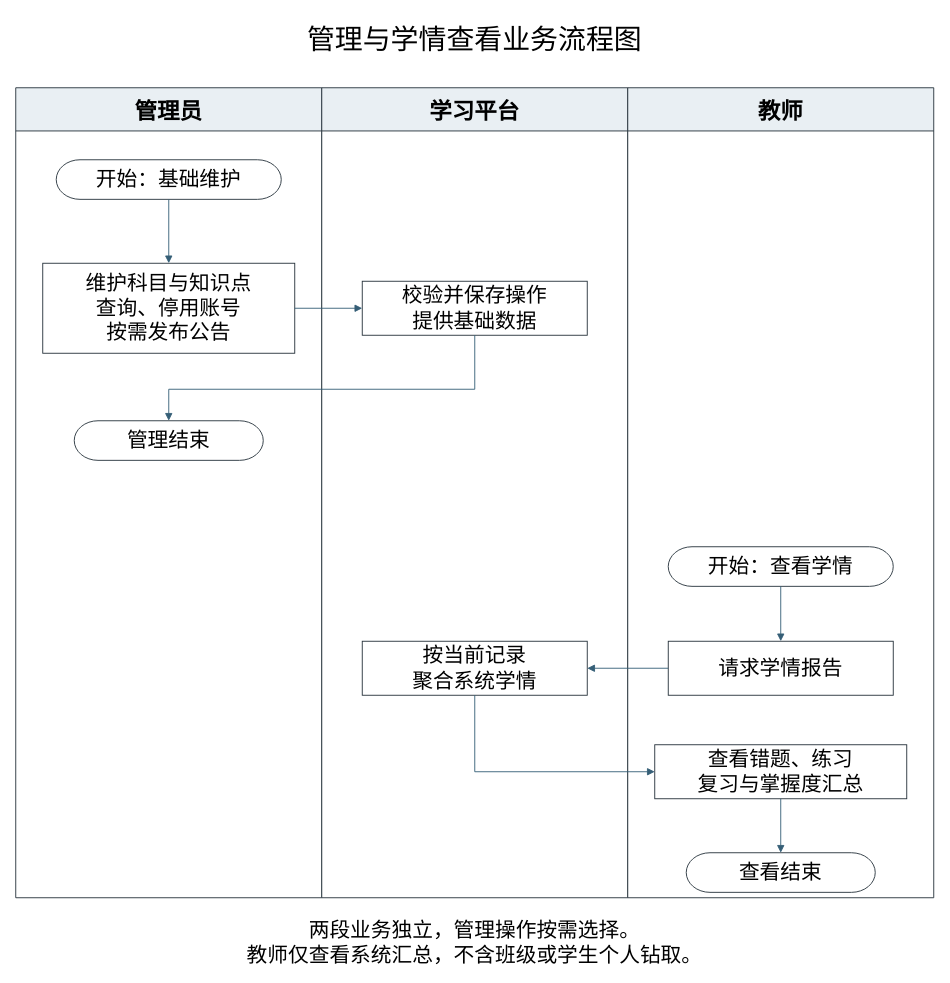
This is docs/thesis/business-flow/03-管理与学情查看.drawio from zc0429/graduation-project, a draw.io file, before an edit. Source tidied: cells renumbered, new cells numbered last; positions are measured from the earlier drawing's top-left corner, leaving out a move shared by most shapes. Both pictures are drawn from the tidied source at 90%, with x=0, y=0 at pixel (15, 15).
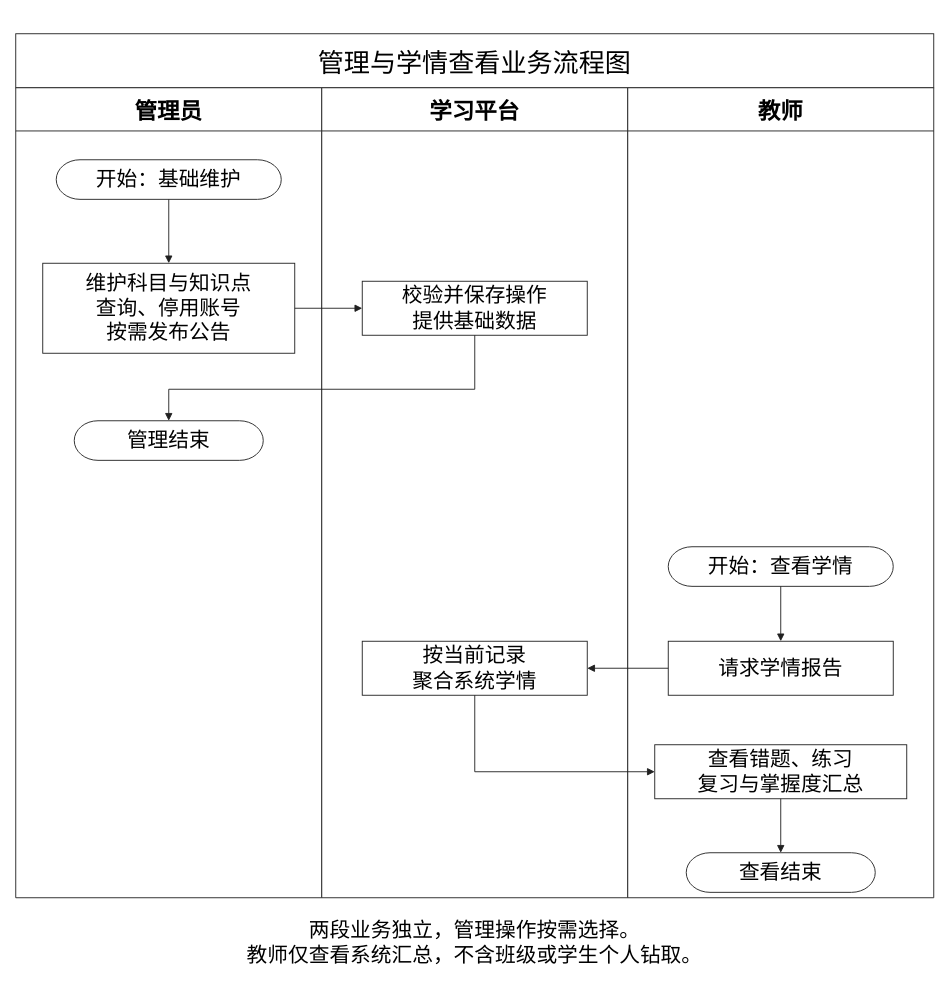
Above is the later version.

The edit, as a diff of the source:
```diff
@@
-    <mxCell id="2" value="管理与学情查看业务流程图" style="text;html=0;fontFamily=SimSun;fontSize=31;align=center;" parent="1" vertex="1">
-      <mxGeometry width="1020" height="60" as="geometry" />
+    <mxCell id="2" value="管理与学情查看业务流程图" style="rounded=0;html=0;fontFamily=SimSun;fontSize=29;align=center;fillColor=#ffffff;strokeColor=#202020;" parent="1" vertex="1">
+      <mxGeometry y="20" width="1020" height="60" as="geometry" />
     </mxCell>
-    <mxCell id="3" value="管理员" style="swimlane;html=0;startSize=48;horizontal=1;fontSize=25;fontFamily=SimSun;fillColor=#e9eff3;swimlaneFillColor=#ffffff;strokeColor=#25313a;" parent="1" vertex="1">
+    <mxCell id="3" value="管理员" style="swimlane;html=0;startSize=48;horizontal=1;fontSize=25;fontFamily=SimSun;fillColor=#ffffff;swimlaneFillColor=#ffffff;strokeColor=#202020;" parent="1" vertex="1">
       <mxGeometry y="80" width="340" height="900" as="geometry" />
     </mxCell>
-    <mxCell id="4" value="学习平台" style="swimlane;html=0;startSize=48;horizontal=1;fontSize=25;fontFamily=SimSun;fillColor=#e9eff3;swimlaneFillColor=#ffffff;strokeColor=#25313a;" parent="1" vertex="1">
+    <mxCell id="4" value="学习平台" style="swimlane;html=0;startSize=48;horizontal=1;fontSize=25;fontFamily=SimSun;fillColor=#ffffff;swimlaneFillColor=#ffffff;strokeColor=#202020;" parent="1" vertex="1">
       <mxGeometry x="340" y="80" width="340" height="900" as="geometry" />
     </mxCell>
-    <mxCell id="5" value="教师" style="swimlane;html=0;startSize=48;horizontal=1;fontSize=25;fontFamily=SimSun;fillColor=#e9eff3;swimlaneFillColor=#ffffff;strokeColor=#25313a;" parent="1" vertex="1">
+    <mxCell id="5" value="教师" style="swimlane;html=0;startSize=48;horizontal=1;fontSize=25;fontFamily=SimSun;fillColor=#ffffff;swimlaneFillColor=#ffffff;strokeColor=#202020;" parent="1" vertex="1">
       <mxGeometry x="680" y="80" width="340" height="900" as="geometry" />
     </mxCell>
-    <mxCell id="6" value="开始：基础维护" style="rounded=1;arcSize=60;html=0;whiteSpace=wrap;fontFamily=SimSun;fontSize=23;align=center;verticalAlign=middle;fillColor=#ffffff;strokeColor=#25313a;" parent="1" vertex="1">
+    <mxCell id="6" value="开始：基础维护" style="rounded=1;arcSize=60;html=0;whiteSpace=wrap;fontFamily=SimSun;fontSize=23;align=center;verticalAlign=middle;fillColor=#ffffff;strokeColor=#202020;" parent="1" vertex="1">
       <mxGeometry x="45" y="160" width="250" height="44" as="geometry" />
     </mxCell>
-    <mxCell id="7" value="维护科目与知识点&#10;查询、停用账号&#10;按需发布公告" style="rounded=0;html=0;whiteSpace=wrap;fontFamily=SimSun;fontSize=23;align=center;verticalAlign=middle;fillColor=#ffffff;strokeColor=#25313a;" parent="1" vertex="1">
+    <mxCell id="7" value="维护科目与知识点&#10;查询、停用账号&#10;按需发布公告" style="rounded=0;html=0;whiteSpace=wrap;fontFamily=SimSun;fontSize=23;align=center;verticalAlign=middle;fillColor=#ffffff;strokeColor=#202020;" parent="1" vertex="1">
       <mxGeometry x="30" y="275" width="280" height="100" as="geometry" />
     </mxCell>
-    <mxCell id="8" value="校验并保存操作&#10;提供基础数据" style="rounded=0;html=0;whiteSpace=wrap;fontFamily=SimSun;fontSize=23;align=center;verticalAlign=middle;fillColor=#ffffff;strokeColor=#25313a;" parent="1" vertex="1">
+    <mxCell id="8" value="校验并保存操作&#10;提供基础数据" style="rounded=0;html=0;whiteSpace=wrap;fontFamily=SimSun;fontSize=23;align=center;verticalAlign=middle;fillColor=#ffffff;strokeColor=#202020;" parent="1" vertex="1">
       <mxGeometry x="385" y="295" width="250" height="60" as="geometry" />
     </mxCell>
-    <mxCell id="9" value="管理结束" style="rounded=1;arcSize=60;html=0;whiteSpace=wrap;fontFamily=SimSun;fontSize=23;align=center;verticalAlign=middle;fillColor=#ffffff;strokeColor=#25313a;" parent="1" vertex="1">
+    <mxCell id="9" value="管理结束" style="rounded=1;arcSize=60;html=0;whiteSpace=wrap;fontFamily=SimSun;fontSize=23;align=center;verticalAlign=middle;fillColor=#ffffff;strokeColor=#202020;" parent="1" vertex="1">
       <mxGeometry x="65" y="450" width="210" height="44" as="geometry" />
     </mxCell>
-    <mxCell id="10" value="开始：查看学情" style="rounded=1;arcSize=60;html=0;whiteSpace=wrap;fontFamily=SimSun;fontSize=23;align=center;verticalAlign=middle;fillColor=#ffffff;strokeColor=#25313a;" parent="1" vertex="1">
+    <mxCell id="10" value="开始：查看学情" style="rounded=1;arcSize=60;html=0;whiteSpace=wrap;fontFamily=SimSun;fontSize=23;align=center;verticalAlign=middle;fillColor=#ffffff;strokeColor=#202020;" parent="1" vertex="1">
       <mxGeometry x="725" y="590" width="250" height="44" as="geometry" />
     </mxCell>
-    <mxCell id="11" value="请求学情报告" style="rounded=0;html=0;whiteSpace=wrap;fontFamily=SimSun;fontSize=23;align=center;verticalAlign=middle;fillColor=#ffffff;strokeColor=#25313a;" parent="1" vertex="1">
+    <mxCell id="11" value="请求学情报告" style="rounded=0;html=0;whiteSpace=wrap;fontFamily=SimSun;fontSize=23;align=center;verticalAlign=middle;fillColor=#ffffff;strokeColor=#202020;" parent="1" vertex="1">
       <mxGeometry x="725" y="695" width="250" height="60" as="geometry" />
     </mxCell>
-    <mxCell id="12" value="按当前记录&#10;聚合系统学情" style="rounded=0;html=0;whiteSpace=wrap;fontFamily=SimSun;fontSize=23;align=center;verticalAlign=middle;fillColor=#ffffff;strokeColor=#25313a;" parent="1" vertex="1">
+    <mxCell id="12" value="按当前记录&#10;聚合系统学情" style="rounded=0;html=0;whiteSpace=wrap;fontFamily=SimSun;fontSize=23;align=center;verticalAlign=middle;fillColor=#ffffff;strokeColor=#202020;" parent="1" vertex="1">
       <mxGeometry x="385" y="695" width="250" height="60" as="geometry" />
     </mxCell>
-    <mxCell id="13" value="查看错题、练习&#10;复习与掌握度汇总" style="rounded=0;html=0;whiteSpace=wrap;fontFamily=SimSun;fontSize=23;align=center;verticalAlign=middle;fillColor=#ffffff;strokeColor=#25313a;" parent="1" vertex="1">
+    <mxCell id="13" value="查看错题、练习&#10;复习与掌握度汇总" style="rounded=0;html=0;whiteSpace=wrap;fontFamily=SimSun;fontSize=23;align=center;verticalAlign=middle;fillColor=#ffffff;strokeColor=#202020;" parent="1" vertex="1">
       <mxGeometry x="710" y="810" width="280" height="60" as="geometry" />
     </mxCell>
-    <mxCell id="14" value="查看结束" style="rounded=1;arcSize=60;html=0;whiteSpace=wrap;fontFamily=SimSun;fontSize=23;align=center;verticalAlign=middle;fillColor=#ffffff;strokeColor=#25313a;" parent="1" vertex="1">
+    <mxCell id="14" value="查看结束" style="rounded=1;arcSize=60;html=0;whiteSpace=wrap;fontFamily=SimSun;fontSize=23;align=center;verticalAlign=middle;fillColor=#ffffff;strokeColor=#202020;" parent="1" vertex="1">
       <mxGeometry x="745" y="930" width="210" height="44" as="geometry" />
     </mxCell>
-    <mxCell id="15" style="edgeStyle=segmentEdgeStyle;rounded=0;html=0;endArrow=block;endFill=1;strokeColor=#355e76;fontFamily=SimSun;fontSize=23;labelBackgroundColor=#ffffff;exitX=0.5;exitY=1;entryX=0.5;entryY=0;" parent="1" edge="1" source="6" target="7">
+    <mxCell id="15" style="edgeStyle=segmentEdgeStyle;rounded=0;html=0;endArrow=block;endFill=1;strokeColor=#202020;fontFamily=SimSun;fontSize=23;labelBackgroundColor=#ffffff;exitX=0.5;exitY=1;entryX=0.5;entryY=0;" parent="1" edge="1" source="6" target="7">
       <mxGeometry relative="1" as="geometry" />
     </mxCell>
-    <mxCell id="16" style="edgeStyle=segmentEdgeStyle;rounded=0;html=0;endArrow=block;endFill=1;strokeColor=#355e76;fontFamily=SimSun;fontSize=23;labelBackgroundColor=#ffffff;exitX=1;exitY=0.5;entryX=0;entryY=0.5;" parent="1" edge="1" source="7" target="8">
+    <mxCell id="16" style="edgeStyle=segmentEdgeStyle;rounded=0;html=0;endArrow=block;endFill=1;strokeColor=#202020;fontFamily=SimSun;fontSize=23;labelBackgroundColor=#ffffff;exitX=1;exitY=0.5;entryX=0;entryY=0.5;" parent="1" edge="1" source="7" target="8">
       <mxGeometry relative="1" as="geometry" />
     </mxCell>
-    <mxCell id="17" style="edgeStyle=segmentEdgeStyle;rounded=0;html=0;endArrow=block;endFill=1;strokeColor=#355e76;fontFamily=SimSun;fontSize=23;labelBackgroundColor=#ffffff;exitX=0.5;exitY=1;entryX=0.5;entryY=0;" parent="1" edge="1" source="8" target="9">
+    <mxCell id="17" style="edgeStyle=segmentEdgeStyle;rounded=0;html=0;endArrow=block;endFill=1;strokeColor=#202020;fontFamily=SimSun;fontSize=23;labelBackgroundColor=#ffffff;exitX=0.5;exitY=1;entryX=0.5;entryY=0;" parent="1" edge="1" source="8" target="9">
       <mxGeometry relative="1" as="geometry">
         <Array as="points">
           <mxPoint x="510" y="415" />
           <mxPoint x="170" y="415" />
         </Array>
       </mxGeometry>
     </mxCell>
-    <mxCell id="18" style="edgeStyle=segmentEdgeStyle;rounded=0;html=0;endArrow=block;endFill=1;strokeColor=#355e76;fontFamily=SimSun;fontSize=23;labelBackgroundColor=#ffffff;exitX=0.5;exitY=1;entryX=0.5;entryY=0;" parent="1" edge="1" source="10" target="11">
+    <mxCell id="18" style="edgeStyle=segmentEdgeStyle;rounded=0;html=0;endArrow=block;endFill=1;strokeColor=#202020;fontFamily=SimSun;fontSize=23;labelBackgroundColor=#ffffff;exitX=0.5;exitY=1;entryX=0.5;entryY=0;" parent="1" edge="1" source="10" target="11">
       <mxGeometry relative="1" as="geometry" />
     </mxCell>
-    <mxCell id="19" style="edgeStyle=segmentEdgeStyle;rounded=0;html=0;endArrow=block;endFill=1;strokeColor=#355e76;fontFamily=SimSun;fontSize=23;labelBackgroundColor=#ffffff;exitX=0;exitY=0.5;entryX=1;entryY=0.5;" parent="1" edge="1" source="11" target="12">
+    <mxCell id="19" style="edgeStyle=segmentEdgeStyle;rounded=0;html=0;endArrow=block;endFill=1;strokeColor=#202020;fontFamily=SimSun;fontSize=23;labelBackgroundColor=#ffffff;exitX=0;exitY=0.5;entryX=1;entryY=0.5;" parent="1" edge="1" source="11" target="12">
       <mxGeometry relative="1" as="geometry" />
     </mxCell>
-    <mxCell id="20" style="edgeStyle=segmentEdgeStyle;rounded=0;html=0;endArrow=block;endFill=1;strokeColor=#355e76;fontFamily=SimSun;fontSize=23;labelBackgroundColor=#ffffff;exitX=0.5;exitY=1;entryX=0;entryY=0.5;" parent="1" edge="1" source="12" target="13">
+    <mxCell id="20" style="edgeStyle=segmentEdgeStyle;rounded=0;html=0;endArrow=block;endFill=1;strokeColor=#202020;fontFamily=SimSun;fontSize=23;labelBackgroundColor=#ffffff;exitX=0.5;exitY=1;entryX=0;entryY=0.5;" parent="1" edge="1" source="12" target="13">
       <mxGeometry relative="1" as="geometry">
         <Array as="points">
           <mxPoint x="510" y="840" />
         </Array>
       </mxGeometry>
     </mxCell>
-    <mxCell id="21" style="edgeStyle=segmentEdgeStyle;rounded=0;html=0;endArrow=block;endFill=1;strokeColor=#355e76;fontFamily=SimSun;fontSize=23;labelBackgroundColor=#ffffff;exitX=0.5;exitY=1;entryX=0.5;entryY=0;" parent="1" edge="1" source="13" target="14">
+    <mxCell id="21" style="edgeStyle=segmentEdgeStyle;rounded=0;html=0;endArrow=block;endFill=1;strokeColor=#202020;fontFamily=SimSun;fontSize=23;labelBackgroundColor=#ffffff;exitX=0.5;exitY=1;entryX=0.5;entryY=0;" parent="1" edge="1" source="13" target="14">
       <mxGeometry relative="1" as="geometry" />
     </mxCell>
```
